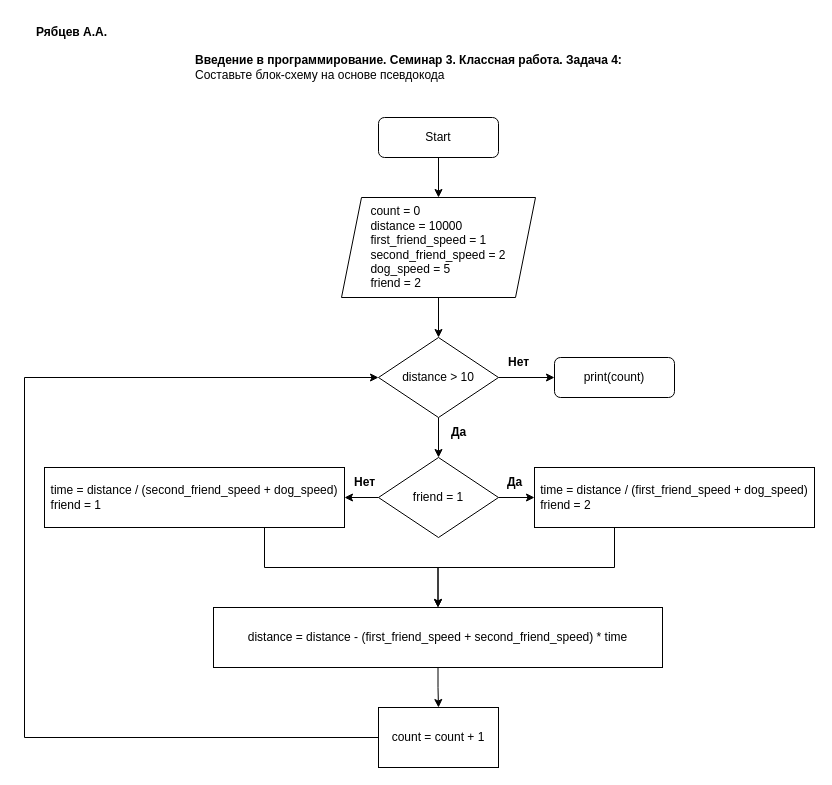
Before: 2022.12.13_HW_3-5.drawio in kask1n/Programming_Introguction, a draw.io diagram. Source tidied: cells renumbered, new cells numbered last; positions are measured from the earlier drawing's top-left corner, leaving out a move shared by most shapes. Both pictures are drawn from the tidied source at 100%, with x=0, y=0 at pixel (24, 17).
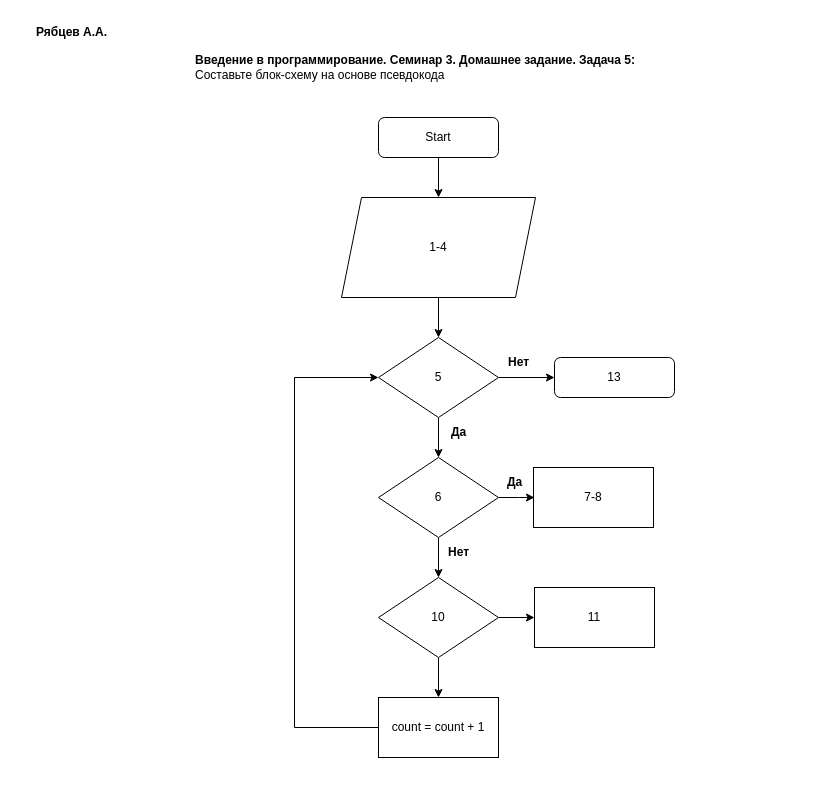
After the change.

The edit, as a diff of the source:
```diff
@@
-    <mxCell id="5" value="print(count)" style="rounded=1;whiteSpace=wrap;html=1;fontSize=12;glass=0;strokeWidth=1;shadow=0;" parent="1" vertex="1">
+    <mxCell id="5" value="13" style="rounded=1;whiteSpace=wrap;html=1;fontSize=12;glass=0;strokeWidth=1;shadow=0;" parent="1" vertex="1">
       <mxGeometry x="530" y="340" width="120" height="40" as="geometry" />
     </mxCell>
@@
-    <mxCell id="7" value="&lt;div style=&quot;text-align: justify;&quot;&gt;count = 0&lt;/div&gt;&lt;div style=&quot;text-align: justify;&quot;&gt;distance = 10000&lt;/div&gt;&lt;div style=&quot;text-align: justify;&quot;&gt;first_friend_speed = 1&lt;/div&gt;&lt;div style=&quot;text-align: justify;&quot;&gt;second_friend_speed = 2&lt;br&gt;&lt;/div&gt;&lt;div style=&quot;text-align: justify;&quot;&gt;dog_speed = 5&lt;/div&gt;&lt;div style=&quot;text-align: justify;&quot;&gt;friend = 2&lt;/div&gt;" style="shape=parallelogram;perimeter=parallelogramPerimeter;whiteSpace=wrap;html=1;fixedSize=1;" parent="1" vertex="1">
+    <mxCell id="7" value="1-4" style="shape=parallelogram;perimeter=parallelogramPerimeter;whiteSpace=wrap;html=1;fixedSize=1;" parent="1" vertex="1">
       <mxGeometry x="317" y="180" width="194" height="100" as="geometry" />
     </mxCell>
-    <mxCell id="8" value="&lt;b&gt;Введение в программирование. Семинар 3. Классная работа. Задача 4:&lt;br&gt;&lt;/b&gt;&lt;div&gt;Составьте блок-схему на основе псевдокода&lt;br&gt;&lt;/div&gt;" style="text;html=1;align=left;verticalAlign=middle;strokeColor=none;fillColor=none;" parent="1" vertex="1">
-      <mxGeometry x="169" y="30" width="450" height="40" as="geometry" />
+    <mxCell id="8" value="&lt;b&gt;Введение в программирование. Семинар 3. Домашнее задание. Задача 5:&lt;br&gt;&lt;/b&gt;&lt;div&gt;Составьте блок-схему на основе псевдокода&lt;br&gt;&lt;/div&gt;" style="text;html=1;align=left;verticalAlign=middle;strokeColor=none;fillColor=none;" parent="1" vertex="1">
+      <mxGeometry x="169" y="30" width="460" height="40" as="geometry" />
     </mxCell>
@@
-    <mxCell id="11" value="distance &amp;gt; 10" style="rhombus;whiteSpace=wrap;html=1;" parent="1" vertex="1">
+    <mxCell id="11" value="5" style="rhombus;whiteSpace=wrap;html=1;" parent="1" vertex="1">
       <mxGeometry x="354" y="320" width="120" height="80" as="geometry" />
     </mxCell>
@@
-    <mxCell id="14" style="edgeStyle=orthogonalEdgeStyle;rounded=0;jettySize=auto;html=1;" parent="1" edge="1" source="15" target="17">
-      <mxGeometry relative="1" as="geometry" />
-    </mxCell>
-    <mxCell id="15" value="distance = distance - (&lt;span style=&quot;text-align: left;&quot;&gt;first_friend_speed +&amp;nbsp;&lt;/span&gt;&lt;span style=&quot;text-align: left;&quot;&gt;second_friend_speed) * time&lt;/span&gt;" style="rounded=0;whiteSpace=wrap;html=1;" parent="1" vertex="1">
-      <mxGeometry x="189" y="590" width="449" height="60" as="geometry" />
-    </mxCell>
-    <mxCell id="16" style="edgeStyle=orthogonalEdgeStyle;rounded=0;jettySize=auto;html=1;entryX=0;entryY=0.5;entryDx=0;entryDy=0;exitX=0;exitY=0.5;exitDx=0;exitDy=0;exitPerimeter=0;" parent="1" edge="1" source="17" target="11">
+    <mxCell id="16" style="edgeStyle=orthogonalEdgeStyle;rounded=0;jettySize=auto;html=1;entryX=0;entryY=0.5;entryDx=0;entryDy=0;exitX=0;exitY=0.5;exitDx=0;exitDy=0;" parent="1" edge="1" source="17" target="11">
       <mxGeometry relative="1" as="geometry">
         <Array as="points">
-          <mxPoint y="720" />
-          <mxPoint y="360" />
+          <mxPoint x="270" y="710" />
+          <mxPoint x="270" y="360" />
         </Array>
       </mxGeometry>
     </mxCell>
-    <mxCell id="17" value="count = count + 1" style="rounded=0;whiteSpace=wrap;html=1;" parent="1" vertex="1">
-      <mxGeometry x="354" y="690" width="120" height="60" as="geometry" />
-    </mxCell>
-    <mxCell id="18" style="edgeStyle=orthogonalEdgeStyle;rounded=0;jettySize=auto;html=1;entryX=0.5;entryY=0;entryDx=0;entryDy=0;" parent="1" edge="1" source="19" target="15">
-      <mxGeometry relative="1" as="geometry">
-        <Array as="points">
-          <mxPoint x="240" y="550" />
-          <mxPoint x="414" y="550" />
-        </Array>
-      </mxGeometry>
-    </mxCell>
-    <mxCell id="19" value="&lt;div style=&quot;border-color: var(--border-color); text-align: left;&quot;&gt;&lt;span style=&quot;border-color: var(--border-color); background-color: initial;&quot;&gt;time = distance / (&lt;/span&gt;&lt;span style=&quot;border-color: var(--border-color); background-color: initial;&quot;&gt;second_friend_speed + dog_speed)&lt;/span&gt;&lt;/div&gt;&lt;span style=&quot;border-color: var(--border-color);&quot;&gt;&lt;div style=&quot;border-color: var(--border-color); text-align: left;&quot;&gt;&lt;span style=&quot;border-color: var(--border-color); background-color: initial;&quot;&gt;friend = 1&lt;/span&gt;&lt;/div&gt;&lt;/span&gt;" style="rounded=0;whiteSpace=wrap;html=1;" parent="1" vertex="1">
-      <mxGeometry x="20" y="450" width="300" height="60" as="geometry" />
-    </mxCell>
-    <mxCell id="20" style="edgeStyle=orthogonalEdgeStyle;rounded=0;jettySize=auto;html=1;" parent="1" edge="1" source="22" target="24">
-      <mxGeometry relative="1" as="geometry" />
+    <mxCell id="20" style="edgeStyle=orthogonalEdgeStyle;rounded=0;jettySize=auto;html=1;" parent="1" edge="1" source="22">
+      <mxGeometry relative="1" as="geometry">
+        <mxPoint x="510" y="480" as="targetPoint" />
+      </mxGeometry>
     </mxCell>
-    <mxCell id="21" style="edgeStyle=orthogonalEdgeStyle;rounded=0;jettySize=auto;html=1;" parent="1" edge="1" source="22" target="19">
-      <mxGeometry relative="1" as="geometry" />
-    </mxCell>
+    <mxCell id="27" style="edgeStyle=orthogonalEdgeStyle;rounded=0;jettySize=auto;html=1;" parent="1" edge="1" source="22" target="30">
+      <mxGeometry relative="1" as="geometry" />
+    </mxCell>
-    <mxCell id="22" value="friend = 1" style="rhombus;whiteSpace=wrap;html=1;" parent="1" vertex="1">
+    <mxCell id="22" value="6" style="rhombus;whiteSpace=wrap;html=1;" parent="1" vertex="1">
       <mxGeometry x="354" y="440" width="120" height="80" as="geometry" />
     </mxCell>
-    <mxCell id="23" style="edgeStyle=orthogonalEdgeStyle;rounded=0;jettySize=auto;html=1;entryX=0.5;entryY=0;entryDx=0;entryDy=0;" parent="1" edge="1" source="24" target="15">
-      <mxGeometry relative="1" as="geometry">
-        <Array as="points">
-          <mxPoint x="590" y="550" />
-          <mxPoint x="414" y="550" />
-        </Array>
-      </mxGeometry>
-    </mxCell>
-    <mxCell id="24" value="&lt;div style=&quot;text-align: left;&quot;&gt;&lt;span style=&quot;background-color: initial;&quot;&gt;time = distance / (&lt;/span&gt;&lt;span style=&quot;background-color: initial;&quot;&gt;first_friend_speed + dog_speed)&lt;/span&gt;&lt;/div&gt;&lt;span style=&quot;&quot;&gt;&lt;div style=&quot;text-align: left;&quot;&gt;&lt;span style=&quot;background-color: initial;&quot;&gt;friend = 2&lt;/span&gt;&lt;/div&gt;&lt;/span&gt;" style="rounded=0;whiteSpace=wrap;html=1;" parent="1" vertex="1">
-      <mxGeometry x="510" y="450" width="280" height="60" as="geometry" />
-    </mxCell>
@@
     <mxCell id="26" value="&lt;b&gt;Нет&lt;/b&gt;" style="text;html=1;align=center;verticalAlign=middle;strokeColor=none;fillColor=none;" parent="1" vertex="1">
-      <mxGeometry x="320" y="450" width="40" height="30" as="geometry" />
+      <mxGeometry x="414" y="520" width="40" height="30" as="geometry" />
     </mxCell>
+    <mxCell id="28" style="edgeStyle=orthogonalEdgeStyle;rounded=0;jettySize=auto;html=1;" parent="1" edge="1" source="30" target="32">
+      <mxGeometry relative="1" as="geometry" />
+    </mxCell>
+    <mxCell id="29" style="edgeStyle=orthogonalEdgeStyle;rounded=0;jettySize=auto;html=1;" parent="1" edge="1" source="30" target="17">
+      <mxGeometry relative="1" as="geometry" />
+    </mxCell>
+    <mxCell id="30" value="10" style="rhombus;whiteSpace=wrap;html=1;" parent="1" vertex="1">
+      <mxGeometry x="354" y="560" width="120" height="80" as="geometry" />
+    </mxCell>
+    <mxCell id="31" value="7-8" style="rounded=0;whiteSpace=wrap;html=1;" parent="1" vertex="1">
+      <mxGeometry x="509" y="450" width="120" height="60" as="geometry" />
+    </mxCell>
+    <mxCell id="17" value="count = count + 1" style="rounded=0;whiteSpace=wrap;html=1;" parent="1" vertex="1">
+      <mxGeometry x="354" y="680" width="120" height="60" as="geometry" />
+    </mxCell>
+    <mxCell id="32" value="11" style="rounded=0;whiteSpace=wrap;html=1;" parent="1" vertex="1">
+      <mxGeometry x="510" y="570" width="120" height="60" as="geometry" />
+    </mxCell>
```
